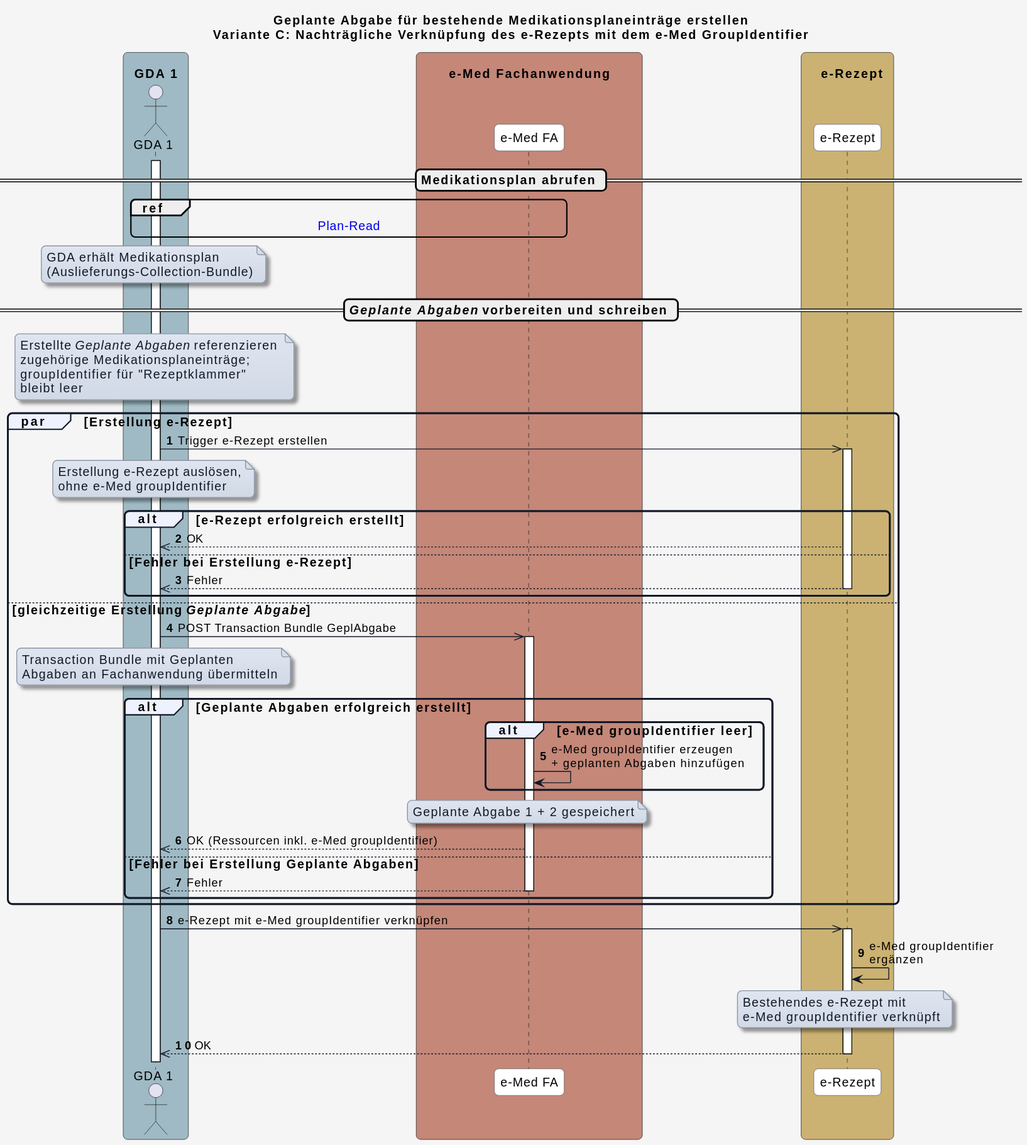
The PlantUML diagram input/images/plantuml/UC_eMed_08_01_c.svg in HL7Austria/ELGA-e-Medikation-R4, before a commit. The source it was exported from:
```plantuml
@startuml
title Geplante Abgabe für bestehende Medikationsplaneinträge erstellen\nVariante C: Nachträgliche Verknüpfung des e-Rezepts mit dem e-Med GroupIdentifier

skinparam borderColor #000000
skinparam backgroundColor #f5f5f5
skinparam shadowing false
skinparam roundCorner 10
skinparam defaultFontName "Arial"
skinparam defaultFontSize 14
skinparam defaultFontColor #000000

skinparam note {
  BackgroundColor #e0e5f0-#d1d9e6
  BorderColor #8b95a5
  BorderThickness 1
  RoundCorner 8
  Padding 6
  FontColor #111827
  Shadowing true
}

skinparam HyperlinkColor #0000EE
skinparam HyperlinkUnderline false

skinparam sequence {
  ParticipantBorderColor #555555
  ParticipantBackgroundColor #ffffff
  ParticipantFontColor #000000
  ParticipantFontSize 14
  ParticipantPadding 20
  ArrowColor #111827
  ArrowThickness 1
  ArrowFontColor #000000
  ArrowFontSize 13
  GroupBorderColor #111827
  GroupBackgroundColor #eef2ff
  GroupBorderThickness 2
}

skinparam BoxPadding 20
skinparam BoxBorderColor #555555

box "\n  GDA 1  " #9fbac4
  actor GDA_1 as "GDA 1"
end box

box "\n       e-Med Fachanwendung       " #C48778
  participant eMed_FA as "e-Med FA"
end box

box "\n    e-Rezept  " #cbb272
  participant e_Rezept as "e-Rezept"
end box

autonumber

== Medikationsplan abrufen ==

activate GDA_1
ref over GDA_1, eMed_FA : [[interactions.html#sequenzdiagramm-plan-read Plan-Read]]


note over GDA_1
GDA erhält Medikationsplan
(Auslieferungs-Collection-Bundle)
end note

== <i>Geplante Abgaben</i> vorbereiten und schreiben ==

note over GDA_1
Erstellte <i>Geplante Abgaben</i> referenzieren
zugehörige Medikationsplaneinträge;
groupIdentifier für "Rezeptklammer"
bleibt leer
end note


par Erstellung e-Rezept

  GDA_1 ->> e_Rezept: Trigger e-Rezept erstellen
  activate e_Rezept
  note over GDA_1
  Erstellung e-Rezept auslösen,
  ohne e-Med groupIdentifier
  end note

  alt e-Rezept erfolgreich erstellt
    e_Rezept -->> GDA_1: OK

  else Fehler bei Erstellung e-Rezept
    e_Rezept -->> GDA_1: Fehler
    deactivate e_Rezept
  end

else gleichzeitige Erstellung <i>Geplante Abgabe</i>

  GDA_1 ->> eMed_FA: POST Transaction Bundle GeplAbgabe

  activate eMed_FA
  note over GDA_1
    Transaction Bundle mit Geplanten
    Abgaben an Fachanwendung übermitteln
  end note

  alt Geplante Abgaben erfolgreich erstellt

    alt e-Med groupIdentifier leer
      eMed_FA -> eMed_FA: e-Med groupIdentifier erzeugen\n+ geplanten Abgaben hinzufügen
    end

    note over eMed_FA
    Geplante Abgabe 1 + 2 gespeichert
    end note

    eMed_FA -->> GDA_1: OK (Ressourcen inkl. e-Med groupIdentifier)

  else Fehler bei Erstellung Geplante Abgaben
    eMed_FA -->> GDA_1: Fehler
    deactivate eMed_FA

  end

end

GDA_1 ->> e_Rezept: e-Rezept mit e-Med groupIdentifier verknüpfen
  activate e_Rezept
  e_Rezept -> e_Rezept: e-Med groupIdentifier\nergänzen
  note over e_Rezept
    Bestehendes e-Rezept mit
    e-Med groupIdentifier verknüpft
  end note
  e_Rezept -->> GDA_1: OK
  deactivate e_Rezept
@enduml
```
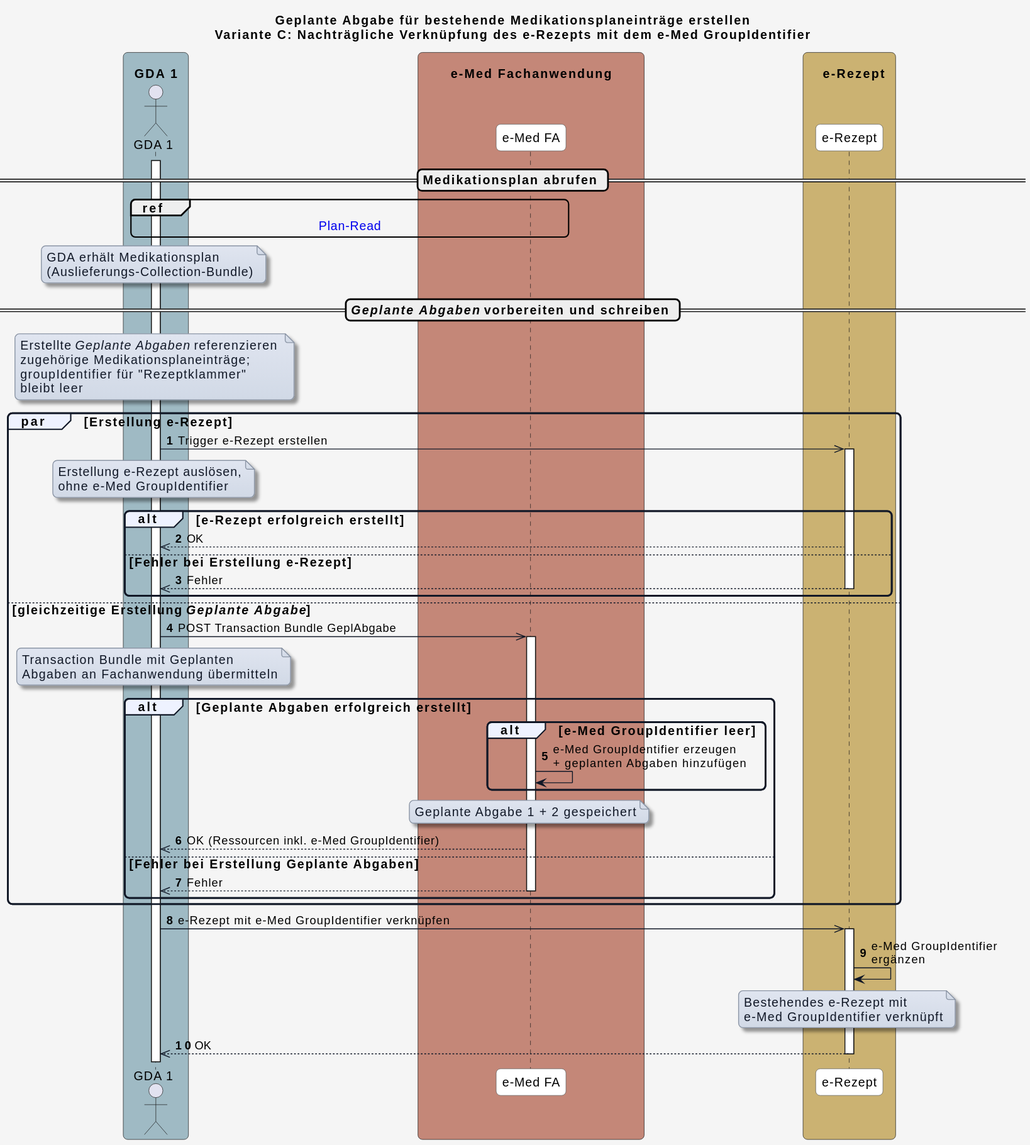
Above is the later version.

Change to the diagram source:
```diff
@@ -81,7 +81,7 @@
   activate e_Rezept
   note over GDA_1
   Erstellung e-Rezept auslösen,
-  ohne e-Med groupIdentifier
+  ohne e-Med GroupIdentifier
   end note
 
   alt e-Rezept erfolgreich erstellt
@@ -104,15 +104,15 @@
 
   alt Geplante Abgaben erfolgreich erstellt
 
-    alt e-Med groupIdentifier leer
-      eMed_FA -> eMed_FA: e-Med groupIdentifier erzeugen\n+ geplanten Abgaben hinzufügen
+    alt e-Med GroupIdentifier leer
+      eMed_FA -> eMed_FA: e-Med GroupIdentifier erzeugen\n+ geplanten Abgaben hinzufügen
     end
 
     note over eMed_FA
     Geplante Abgabe 1 + 2 gespeichert
     end note
 
-    eMed_FA -->> GDA_1: OK (Ressourcen inkl. e-Med groupIdentifier)
+    eMed_FA -->> GDA_1: OK (Ressourcen inkl. e-Med GroupIdentifier)
 
   else Fehler bei Erstellung Geplante Abgaben
     eMed_FA -->> GDA_1: Fehler
@@ -122,12 +122,12 @@
 
 end
 
-GDA_1 ->> e_Rezept: e-Rezept mit e-Med groupIdentifier verknüpfen
+GDA_1 ->> e_Rezept: e-Rezept mit e-Med GroupIdentifier verknüpfen
   activate e_Rezept
-  e_Rezept -> e_Rezept: e-Med groupIdentifier\nergänzen
+  e_Rezept -> e_Rezept: e-Med GroupIdentifier\nergänzen
   note over e_Rezept
     Bestehendes e-Rezept mit
-    e-Med groupIdentifier verknüpft
+    e-Med GroupIdentifier verknüpft
   end note
   e_Rezept -->> GDA_1: OK
   deactivate e_Rezept
```
